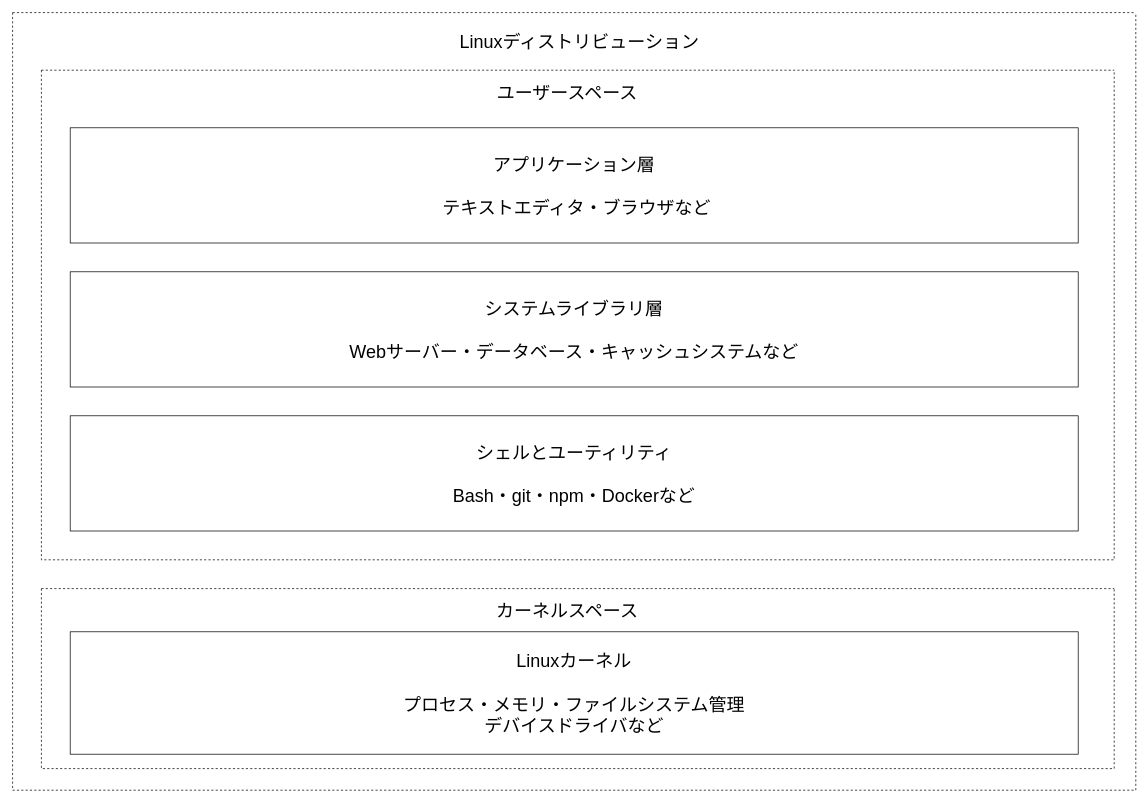
Before: Linux/distribution.drawio in kei615ykhm/learning-record, a draw.io diagram. Source tidied: cells renumbered, new cells numbered last; positions are measured from the earlier drawing's top-left corner, leaving out a move shared by most shapes. Both pictures are drawn from the tidied source at 72%, with x=0, y=0 at pixel (12, 12).
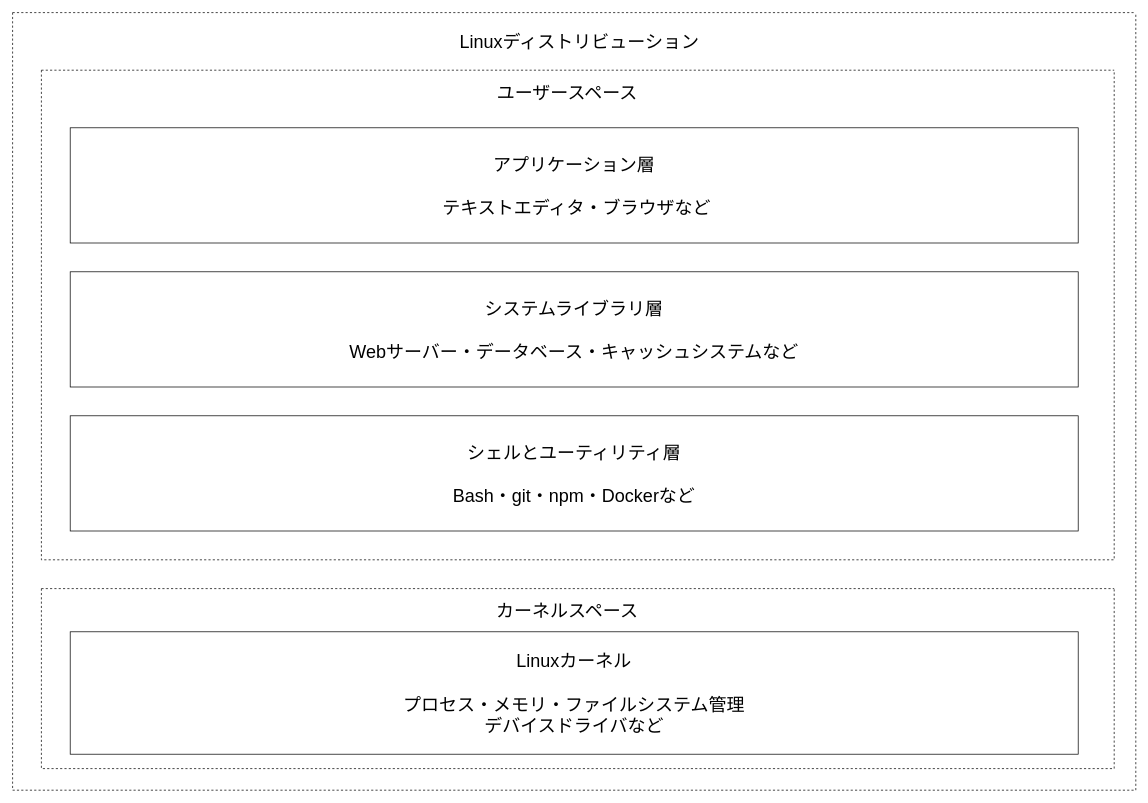
After the change.

Commit message:
誤字脱字の訂正

The edit, as a diff of the source:
```diff
@@
 <mxGraphModel>
   <root>
     <mxCell id="0" />
     <mxCell id="1" parent="0" />
     <mxCell id="2" style="swimlane;startSize=0;dashed=1;" parent="1" vertex="1">
       <mxGeometry width="1560" height="1080" as="geometry" />
     </mxCell>
     <mxCell id="3" value="Linuxディストリビューション" style="text;html=1;align=center;verticalAlign=middle;strokeColor=none;fillColor=none;fontSize=25;" parent="2" vertex="1">
       <mxGeometry x="607" y="20" width="360" height="40" as="geometry" />
     </mxCell>
     <mxCell id="4" style="swimlane;startSize=0;dashed=1;fontSize=25;" parent="2" vertex="1">
       <mxGeometry x="40" y="80" width="1490" height="680" as="geometry" />
     </mxCell>
     <mxCell id="5" value="ユーザースペース" style="text;html=1;align=center;verticalAlign=middle;strokeColor=none;fillColor=none;fontSize=25;" parent="4" vertex="1">
       <mxGeometry x="620" y="10" width="220" height="40" as="geometry" />
     </mxCell>
     <mxCell id="6" value="アプリケーション層&lt;br&gt;&lt;br&gt;&amp;nbsp;テキストエディタ・ブラウザなど" style="rounded=0;whiteSpace=wrap;html=1;fontSize=25;" parent="4" vertex="1">
       <mxGeometry x="40" y="80" width="1400" height="160" as="geometry" />
     </mxCell>
     <mxCell id="7" value="システムライブラリ層&lt;br&gt;&lt;br&gt;Webサーバー・データベース・キャッシュシステムなど" style="rounded=0;whiteSpace=wrap;html=1;fontSize=25;" parent="4" vertex="1">
       <mxGeometry x="40" y="280" width="1400" height="160" as="geometry" />
     </mxCell>
-    <mxCell id="8" value="シェルとユーティリティ&lt;br&gt;&lt;br&gt;Bash・git・npm・Dockerなど" style="rounded=0;whiteSpace=wrap;html=1;fontSize=25;" parent="4" vertex="1">
+    <mxCell id="8" value="シェルとユーティリティ層&lt;br&gt;&lt;br&gt;Bash・git・npm・Dockerなど" style="rounded=0;whiteSpace=wrap;html=1;fontSize=25;" parent="4" vertex="1">
       <mxGeometry x="40" y="480" width="1400" height="160" as="geometry" />
     </mxCell>
     <mxCell id="9" style="swimlane;startSize=0;dashed=1;fontSize=25;" parent="2" vertex="1">
       <mxGeometry x="40" y="800" width="1490" height="250" as="geometry" />
     </mxCell>
     <mxCell id="10" value="カーネルスペース" style="text;html=1;align=center;verticalAlign=middle;strokeColor=none;fillColor=none;fontSize=25;" parent="9" vertex="1">
       <mxGeometry x="620" y="10" width="220" height="40" as="geometry" />
     </mxCell>
     <mxCell id="11" value="Linuxカーネル&lt;br&gt;&lt;br&gt;プロセス・メモリ・ファイルシステム管理&lt;br&gt;デバイスドライバなど" style="rounded=0;whiteSpace=wrap;html=1;fontSize=25;" parent="9" vertex="1">
       <mxGeometry x="40" y="60" width="1400" height="170" as="geometry" />
     </mxCell>
   </root>
 </mxGraphModel>
```
